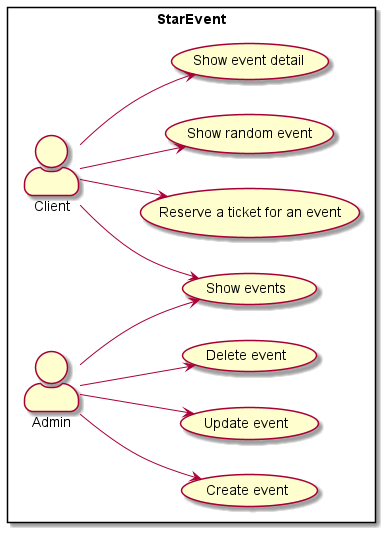
Earlier version of the PlantUML export assets/img/starevent-quarkus/starevent-usecase-diagram.png (marcelloraffaele/marcelloraffaele.github.io). Its diagram source:
```plantuml
@startuml
skinparam actorStyle awesome
left to right direction
rectangle StarEvent {
:Client:

Client --> (Show events)
Client --> (Show event detail)
Client --> (Reserve a ticket for an event)
Client --> (Show random event)

:Admin:
Admin --> (Show events)
Admin --> (Create event)
Admin --> (Update event)
Admin --> (Delete event)
}
@enduml
```
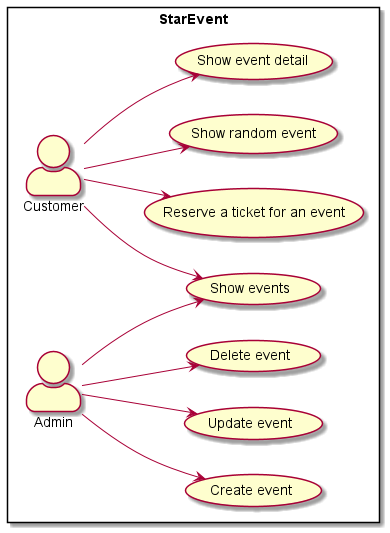
Above is the later version.

Diff of the diagram source:
```diff
@@ -2,17 +2,16 @@
 skinparam actorStyle awesome
 left to right direction
 rectangle StarEvent {
-:Client:
+    :Customer:
+    Customer --> (Show events)
+    Customer --> (Show event detail)
+    Customer --> (Reserve a ticket for an event)
+    Customer --> (Show random event)
 
-Client --> (Show events)
-Client --> (Show event detail)
-Client --> (Reserve a ticket for an event)
-Client --> (Show random event)
-
-:Admin:
-Admin --> (Show events)
-Admin --> (Create event)
-Admin --> (Update event)
-Admin --> (Delete event)
+    :Admin:
+    Admin --> (Show events)
+    Admin --> (Create event)
+    Admin --> (Update event)
+    Admin --> (Delete event)
 }
 @enduml
```
